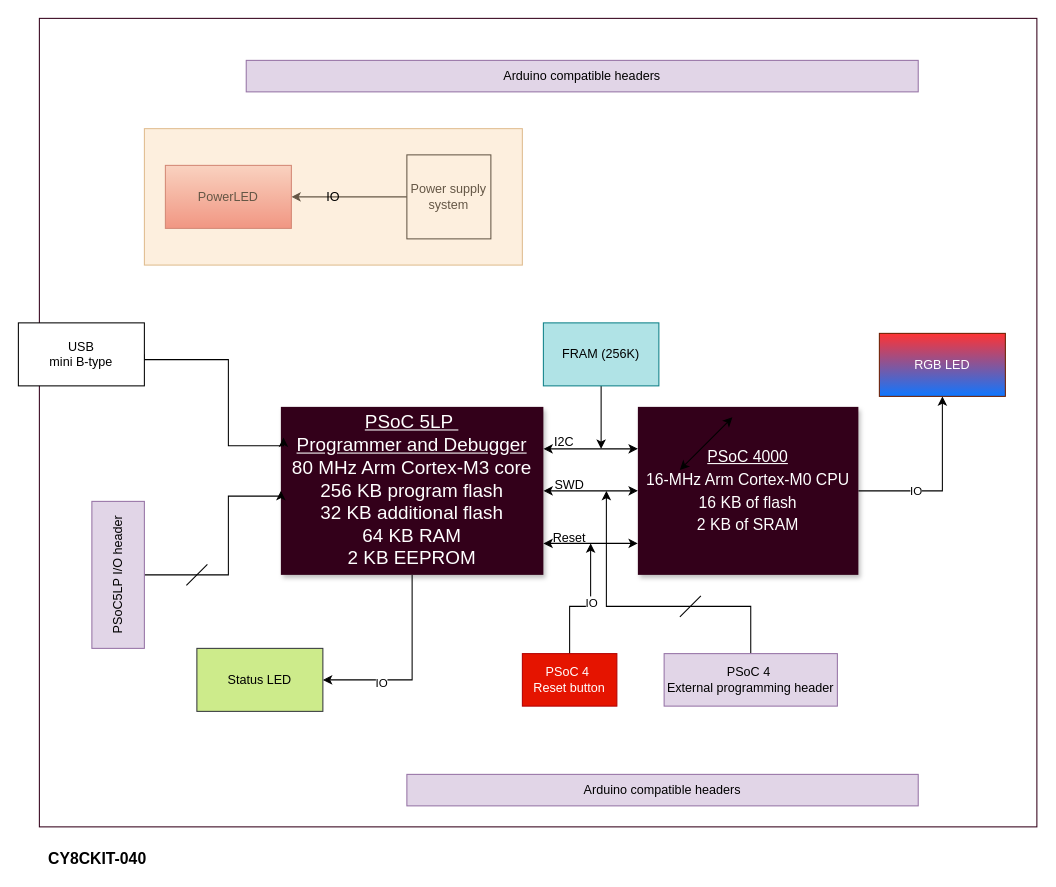
The draw.io diagram assignments/week_2/assets/hw_bd_cy8ckit-040.drawio in kambadur/making_embedded_systems, before the edit. Source tidied: cells renumbered, new cells numbered last; positions are measured from the earlier drawing's top-left corner, leaving out a move shared by most shapes. Both pictures are drawn from the tidied source at 105%, with x=0, y=0 at pixel (18, 18).
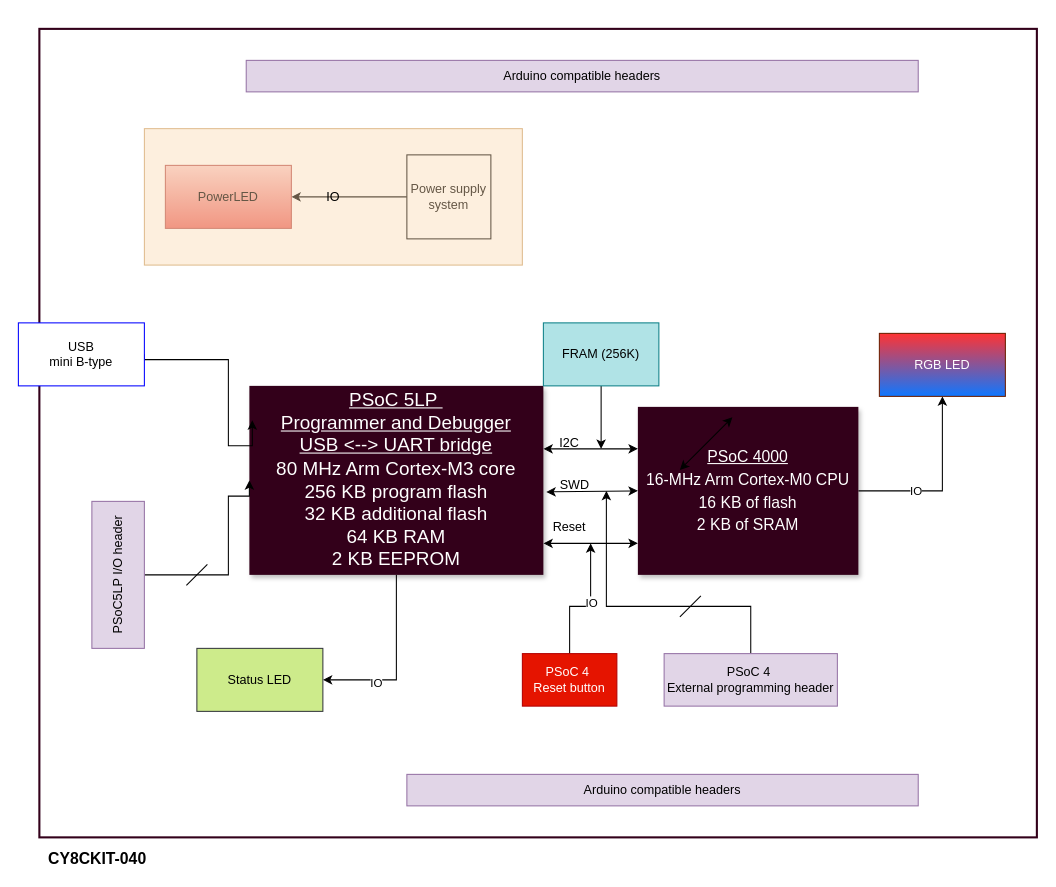
Above is the later version.

Unchanged cells that the change refers to:
```xml
<mxCell id="5" value="&lt;u style=&quot;color: rgb(255 , 255 , 255)&quot;&gt;&lt;span style=&quot;font-size: 15px&quot;&gt;PSoC 4000&lt;/span&gt;&lt;/u&gt;&lt;br style=&quot;color: rgb(255 , 255 , 255)&quot;&gt;&lt;div style=&quot;color: rgb(255 , 255 , 255)&quot;&gt;&lt;span style=&quot;font-size: 15px&quot;&gt;16-MHz Arm Cortex-M0 CPU&lt;/span&gt;&lt;/div&gt;&lt;div style=&quot;color: rgb(255 , 255 , 255)&quot;&gt;&lt;span style=&quot;font-size: 15px&quot;&gt;16 KB of flash&lt;/span&gt;&lt;/div&gt;&lt;div style=&quot;color: rgb(255 , 255 , 255)&quot;&gt;&lt;span style=&quot;font-size: 15px&quot;&gt;2 KB of SRAM&lt;/span&gt;&lt;/div&gt;" style="whiteSpace=wrap;html=1;shadow=1;fontSize=18;fillColor=#33001A;strokeColor=none;" parent="1" vertex="1">
  <mxGeometry x="590" y="370" width="210" height="160" as="geometry" />
</mxCell>
```

What changed in the source:
```diff
@@
-    <mxCell id="2" style="rounded=0;whiteSpace=wrap;html=1;fontSize=14;fontColor=#FFFFFF;strokeColor=#33001A;fillColor=#FFFFFF;" parent="1" vertex="1">
-      <mxGeometry x="20" width="950" height="770" as="geometry" />
+    <mxCell id="2" style="rounded=0;whiteSpace=wrap;html=1;fontSize=14;fontColor=#FFFFFF;strokeColor=#33001A;fillColor=#FFFFFF;strokeWidth=2;" parent="1" vertex="1">
+      <mxGeometry x="20" y="10" width="950" height="770" as="geometry" />
     </mxCell>
@@
-    <mxCell id="8" value="&lt;font color=&quot;#ffffff&quot;&gt;&lt;u&gt;PSoC 5LP&amp;nbsp;&lt;br&gt;Programmer and Debugger&lt;/u&gt;&lt;br&gt;&lt;div&gt;80 MHz Arm Cortex-M3 core&lt;/div&gt;&lt;div&gt;256 KB program flash&lt;/div&gt;&lt;div&gt;32 KB additional flash&lt;/div&gt;&lt;div&gt;64 KB RAM&lt;/div&gt;&lt;div&gt;2 KB EEPROM&lt;/div&gt;&lt;/font&gt;" style="whiteSpace=wrap;html=1;shadow=1;fontSize=18;fillColor=#33001A;strokeColor=none;" parent="1" vertex="1">
-      <mxGeometry x="250" y="370" width="250" height="160" as="geometry" />
+    <mxCell id="8" value="&lt;font color=&quot;#ffffff&quot;&gt;&lt;u&gt;PSoC 5LP&amp;nbsp;&lt;br&gt;Programmer and Debugger&lt;br&gt;USB &amp;lt;--&amp;gt; UART bridge&lt;/u&gt;&lt;br&gt;&lt;div&gt;80 MHz Arm Cortex-M3 core&lt;/div&gt;&lt;div&gt;256 KB program flash&lt;/div&gt;&lt;div&gt;32 KB additional flash&lt;/div&gt;&lt;div&gt;64 KB RAM&lt;/div&gt;&lt;div&gt;2 KB EEPROM&lt;/div&gt;&lt;/font&gt;" style="whiteSpace=wrap;html=1;shadow=1;fontSize=18;fillColor=#33001A;strokeColor=none;" parent="1" vertex="1">
+      <mxGeometry x="220" y="350" width="280" height="180" as="geometry" />
     </mxCell>
@@
-    <mxCell id="10" style="endArrow=classic;startArrow=classic;html=1;rounded=0;exitX=1;exitY=0.5;exitDx=0;exitDy=0;entryX=0;entryY=0.5;entryDx=0;entryDy=0;" parent="1" edge="1" source="8" target="5">
+    <mxCell id="10" style="endArrow=classic;startArrow=classic;html=1;rounded=0;exitX=1.01;exitY=0.561;exitDx=0;exitDy=0;entryX=0;entryY=0.5;entryDx=0;entryDy=0;exitPerimeter=0;" parent="1" edge="1" source="8" target="5">
       <mxGeometry relative="1" as="geometry" />
     </mxCell>
@@
-    <mxCell id="16" value="USB&lt;br&gt;mini B-type" style="rounded=0;whiteSpace=wrap;html=1;" parent="1" vertex="1">
+    <mxCell id="16" value="USB&lt;br&gt;mini B-type" style="rounded=0;whiteSpace=wrap;html=1;strokeColor=#0000FF;" parent="1" vertex="1">
       <mxGeometry y="290" width="120" height="60" as="geometry" />
     </mxCell>
@@
     <mxCell id="33" value="I2C" style="text;html=1;strokeColor=none;fillColor=none;align=center;verticalAlign=middle;whiteSpace=wrap;rounded=0;" parent="1" vertex="1">
-      <mxGeometry x="490" y="389" width="60" height="30" as="geometry" />
+      <mxGeometry x="495" y="390" width="60" height="30" as="geometry" />
     </mxCell>
     <mxCell id="34" value="SWD&lt;span style=&quot;color: rgba(0 , 0 , 0 , 0) ; font-family: monospace ; font-size: 0px&quot;&gt;el%3E%3Croot%3E%3CmxCell%20id%3D%220%22%2F%3E%3CmxCell%20id%3D%221%22%20parent%3D%220%22%2F%3E%3CmxCell%20id%3D%222%22%20value%3D%22I2C%22%20style%3D%22text%3Bhtml%3D1%3BstrokeColor%3Dnone%3BfillColor%3Dnone%3Balign%3Dcenter%3BverticalAlign%3Dmiddle%3BwhiteSpace%3Dwrap%3Brounded%3D0%3B%22%20vertex%3D%221%22%20parent%3D%221%22%3E%3CmxGeometry%20x%3D%22830%22%20y%3D%22619%22%20width%3D%2260%22%20height%3D%2230%22%20as%3D%22geometry%22%2F%3E%3C%2FmxCell%3E%3C%2Froot%3E%3C%2FmxGraphModel%3E&lt;/span&gt;" style="text;html=1;strokeColor=none;fillColor=none;align=center;verticalAlign=middle;whiteSpace=wrap;rounded=0;" parent="1" vertex="1">
-      <mxGeometry x="495" y="430" width="60" height="30" as="geometry" />
+      <mxGeometry x="500" y="430" width="60" height="30" as="geometry" />
     </mxCell>
     <mxCell id="35" value="Reset" style="text;html=1;strokeColor=none;fillColor=none;align=center;verticalAlign=middle;whiteSpace=wrap;rounded=0;" parent="1" vertex="1">
-      <mxGeometry x="495" y="480" width="60" height="30" as="geometry" />
+      <mxGeometry x="495" y="470" width="60" height="30" as="geometry" />
     </mxCell>
```
